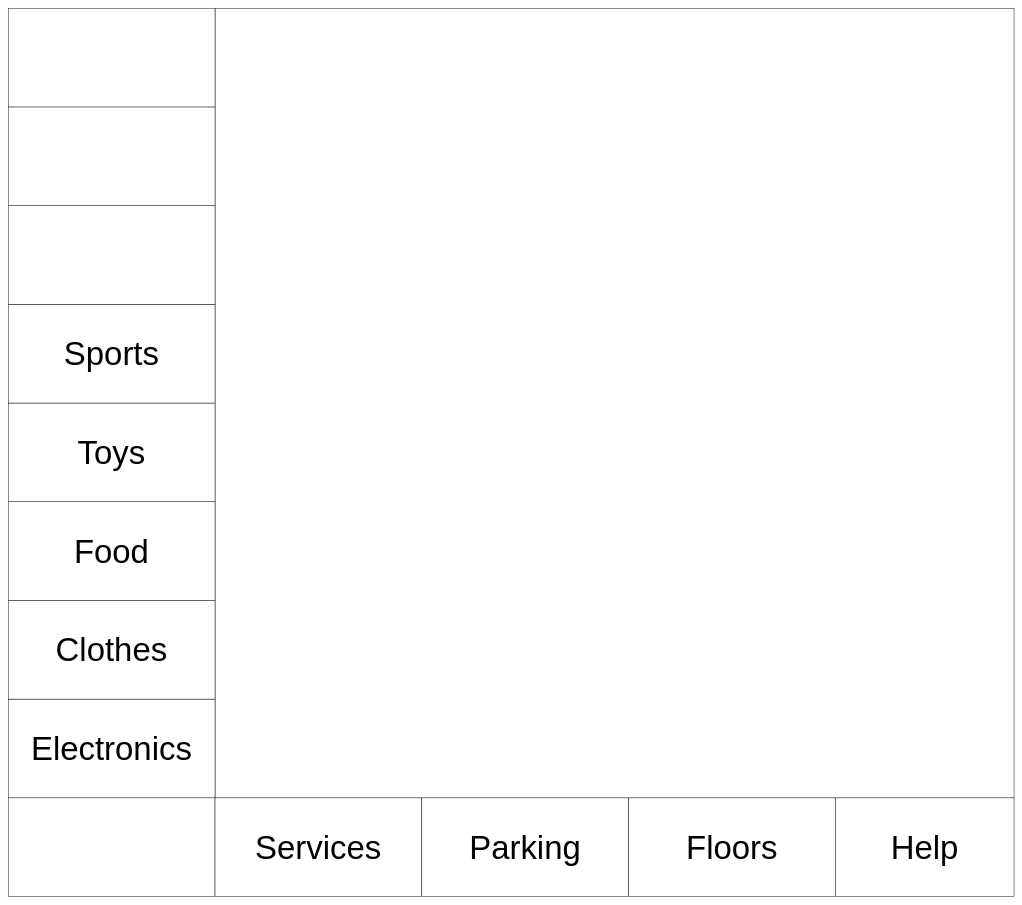
Theohaines/Diagrams keeps this draw.io diagram as AmapSignInterface.drawio. Above is the earlier version. Source tidied: cells renumbered, new cells numbered last; positions are measured from the earlier drawing's top-left corner, leaving out a move shared by most shapes. Both pictures are drawn from the tidied source at 47%, with x=0, y=0 at pixel (8, 8).
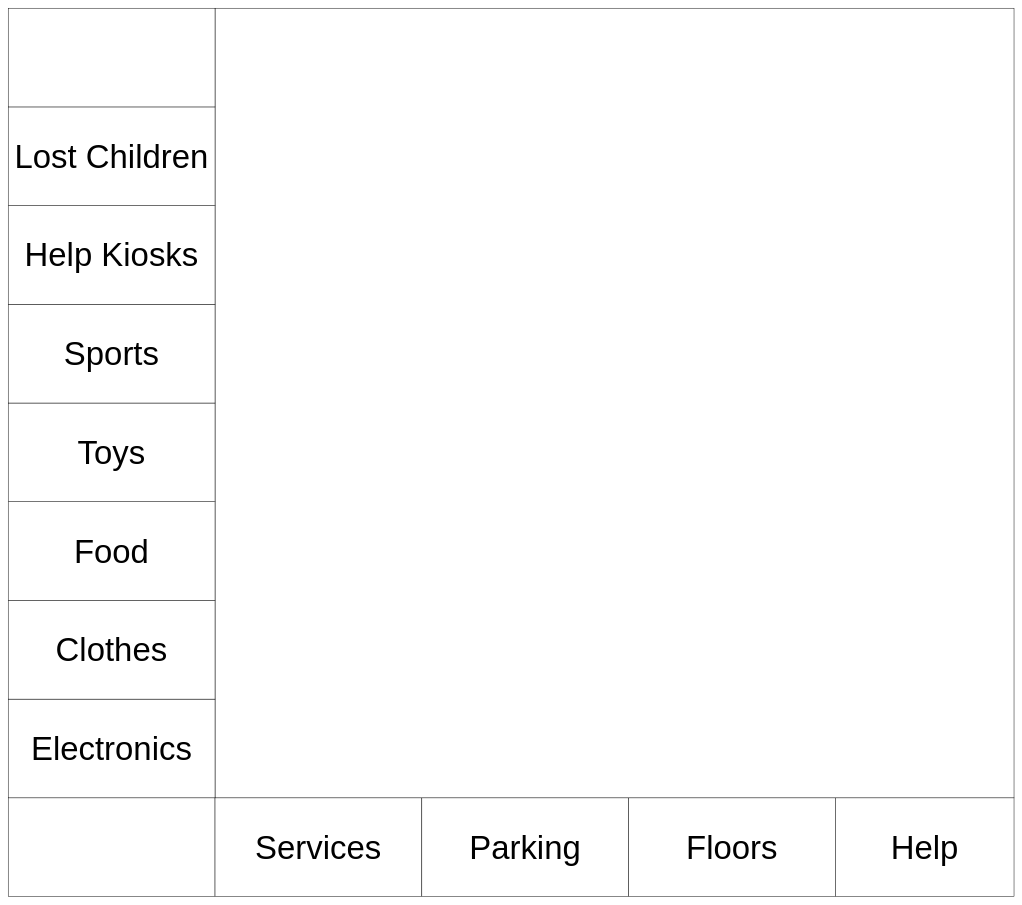
The same diagram, later.

The edit, as a diff of the source:
```diff
@@
 <mxGraphModel>
   <root>
     <mxCell id="0" />
     <mxCell id="1" parent="0" />
     <mxCell id="2" style="rounded=0;whiteSpace=wrap;html=1;" parent="1" vertex="1">
       <mxGeometry y="1680" width="440" height="210" as="geometry" />
     </mxCell>
     <mxCell id="3" value="Services" style="rounded=0;whiteSpace=wrap;html=1;fontSize=70;" parent="1" vertex="1">
       <mxGeometry x="440" y="1680" width="440" height="210" as="geometry" />
     </mxCell>
     <mxCell id="4" value="Parking" style="rounded=0;whiteSpace=wrap;html=1;fontSize=70;" parent="1" vertex="1">
       <mxGeometry x="880" y="1680" width="440" height="210" as="geometry" />
     </mxCell>
     <mxCell id="5" value="Floors" style="rounded=0;whiteSpace=wrap;html=1;fontSize=70;" parent="1" vertex="1">
       <mxGeometry x="1320" y="1680" width="440" height="210" as="geometry" />
     </mxCell>
     <mxCell id="6" value="Help" style="rounded=0;whiteSpace=wrap;html=1;fontSize=70;" parent="1" vertex="1">
       <mxGeometry x="1760" y="1680" width="380" height="210" as="geometry" />
     </mxCell>
     <mxCell id="7" style="rounded=0;whiteSpace=wrap;html=1;fontSize=70;" parent="1" vertex="1">
       <mxGeometry x="440" width="1700" height="1680" as="geometry" />
     </mxCell>
     <mxCell id="8" value="Electronics" style="rounded=0;whiteSpace=wrap;html=1;fontSize=70;" parent="1" vertex="1">
       <mxGeometry y="1470" width="440" height="210" as="geometry" />
     </mxCell>
     <mxCell id="9" value="Clothes" style="rounded=0;whiteSpace=wrap;html=1;fontSize=70;" parent="1" vertex="1">
       <mxGeometry y="1260" width="440" height="210" as="geometry" />
     </mxCell>
     <mxCell id="10" value="Food" style="rounded=0;whiteSpace=wrap;html=1;fontSize=70;" parent="1" vertex="1">
       <mxGeometry y="1050" width="440" height="210" as="geometry" />
     </mxCell>
     <mxCell id="11" value="&lt;font style=&quot;font-size: 70px&quot;&gt;Toys&lt;/font&gt;" style="rounded=0;whiteSpace=wrap;html=1;" parent="1" vertex="1">
       <mxGeometry y="840" width="440" height="210" as="geometry" />
     </mxCell>
     <mxCell id="12" value="Sports" style="rounded=0;whiteSpace=wrap;html=1;fontSize=70;" parent="1" vertex="1">
       <mxGeometry y="630" width="440" height="210" as="geometry" />
     </mxCell>
-    <mxCell id="13" style="rounded=0;whiteSpace=wrap;html=1;fontSize=70;" parent="1" vertex="1">
+    <mxCell id="13" value="Help Kiosks" style="rounded=0;whiteSpace=wrap;html=1;fontSize=70;" parent="1" vertex="1">
       <mxGeometry y="420" width="440" height="210" as="geometry" />
     </mxCell>
-    <mxCell id="14" style="rounded=0;whiteSpace=wrap;html=1;" parent="1" vertex="1">
+    <mxCell id="14" value="Lost Children" style="rounded=0;whiteSpace=wrap;html=1;fontSize=70;" parent="1" vertex="1">
       <mxGeometry y="210" width="440" height="210" as="geometry" />
     </mxCell>
     <mxCell id="15" style="rounded=0;whiteSpace=wrap;html=1;" parent="1" vertex="1">
       <mxGeometry width="440" height="210" as="geometry" />
     </mxCell>
   </root>
 </mxGraphModel>
```
